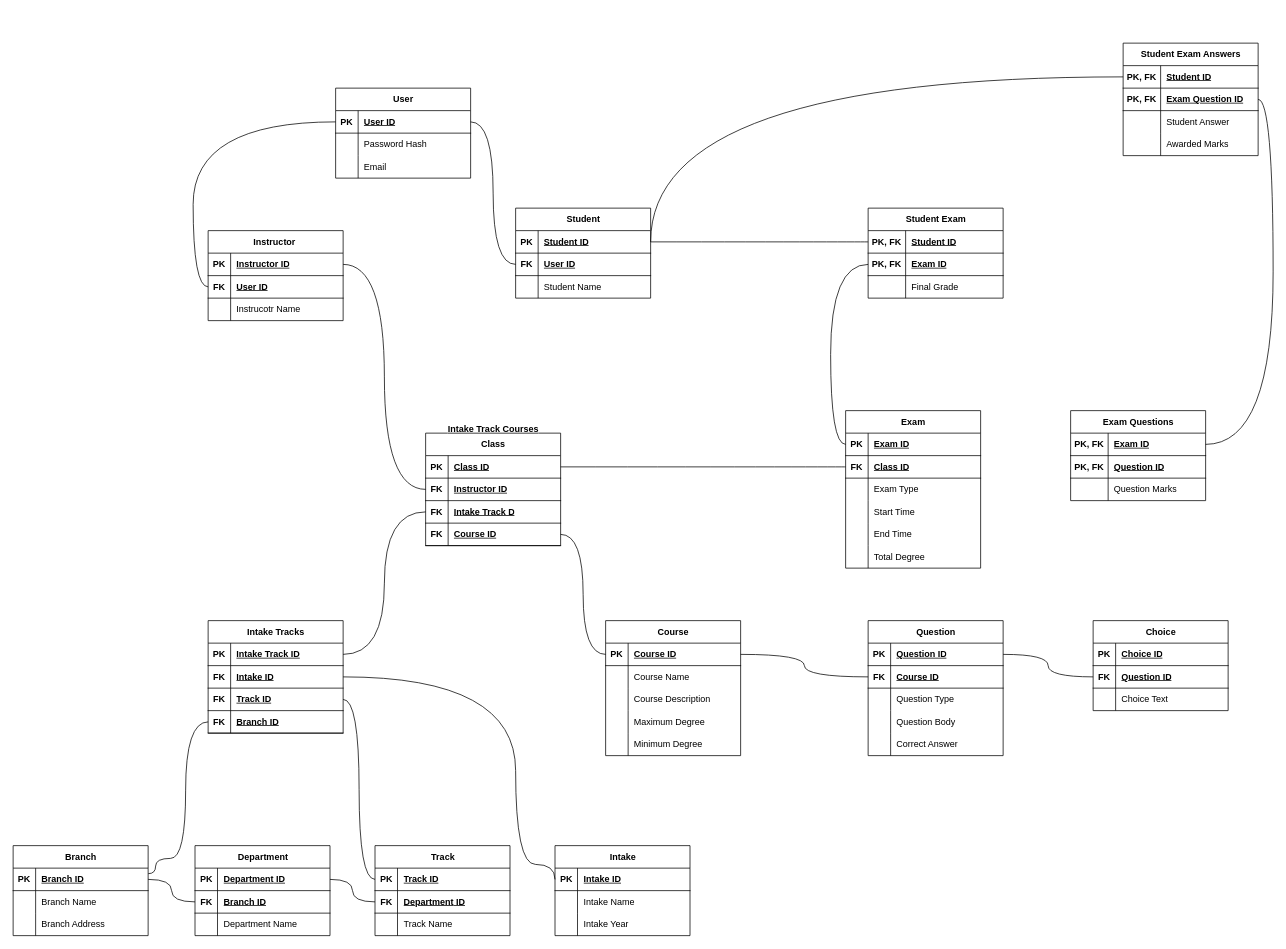
Earlier version of the draw.io diagram Mappings/Mapping.drawio (call911kid/ITI-LMS). Source tidied: cells renumbered, new cells numbered last; positions are measured from the earlier drawing's top-left corner, leaving out a move shared by most shapes. Both pictures are drawn from the tidied source at 75%, with x=0, y=0 at pixel (13, 43).
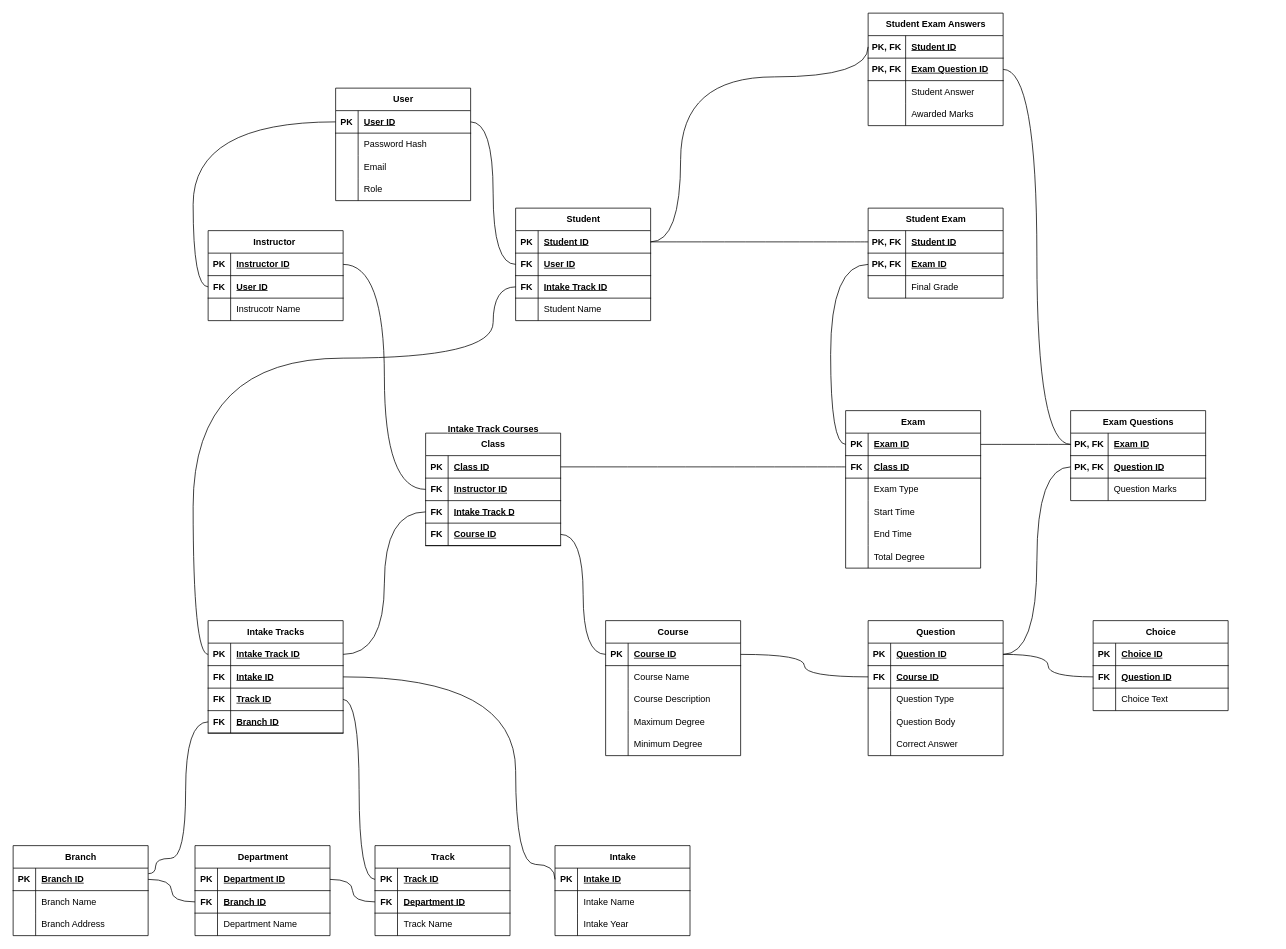
After the change.

Commit message:
drafting first mapping

The change refers to these unchanged cells:
```xml
<mxCell id="45" style="shape=tableRow;horizontal=0;startSize=0;swimlaneHead=0;swimlaneBody=0;fillColor=none;points=[[0,0.5],[1,0.5]];portConstraint=eastwest;top=0;left=0;right=0;bottom=1;fontFamily=Helvetica;fontSize=12;fontColor=default;labelBackgroundColor=default;" parent="44" vertex="1">
  <mxGeometry y="30" width="180" height="30" as="geometry" />
</mxCell>
<mxCell id="112" style="shape=tableRow;horizontal=0;startSize=0;swimlaneHead=0;swimlaneBody=0;fillColor=none;points=[[0,0.5],[1,0.5]];portConstraint=eastwest;top=0;left=0;right=0;bottom=1;fontFamily=Helvetica;fontSize=12;fontColor=default;labelBackgroundColor=default;" parent="111" vertex="1">
  <mxGeometry y="30" width="180" height="30" as="geometry" />
</mxCell>
<mxCell id="125" style="shape=tableRow;horizontal=0;startSize=0;swimlaneHead=0;swimlaneBody=0;fillColor=none;points=[[0,0.5],[1,0.5]];portConstraint=eastwest;top=0;left=0;right=0;bottom=1;fontFamily=Helvetica;fontSize=12;fontColor=default;labelBackgroundColor=default;" parent="124" vertex="1">
  <mxGeometry y="30" width="180" height="30" as="geometry" />
</mxCell>
<mxCell id="153" style="shape=tableRow;horizontal=0;startSize=0;swimlaneHead=0;swimlaneBody=0;fillColor=none;points=[[0,0.5],[1,0.5]];portConstraint=eastwest;top=0;left=0;right=0;bottom=1;fontFamily=Helvetica;fontSize=12;fontColor=default;labelBackgroundColor=default;" parent="152" vertex="1">
  <mxGeometry y="30" width="180" height="30" as="geometry" />
</mxCell>
<mxCell id="173" style="shape=tableRow;horizontal=0;startSize=0;swimlaneHead=0;swimlaneBody=0;fillColor=none;points=[[0,0.5],[1,0.5]];portConstraint=eastwest;top=0;left=0;right=0;bottom=1;fontFamily=Helvetica;fontSize=12;fontColor=default;labelBackgroundColor=default;" parent="172" vertex="1">
  <mxGeometry y="30" width="180" height="30" as="geometry" />
</mxCell>
<mxCell id="176" style="shape=tableRow;horizontal=0;startSize=0;swimlaneHead=0;swimlaneBody=0;fillColor=none;points=[[0,0.5],[1,0.5]];portConstraint=eastwest;top=0;left=0;right=0;bottom=1;fontFamily=Helvetica;fontSize=12;fontColor=default;labelBackgroundColor=default;" parent="172" vertex="1">
  <mxGeometry y="60" width="180" height="30" as="geometry" />
</mxCell>
<mxCell id="196" style="shape=tableRow;horizontal=0;startSize=0;swimlaneHead=0;swimlaneBody=0;fillColor=none;points=[[0,0.5],[1,0.5]];portConstraint=eastwest;top=0;left=0;right=0;bottom=1;fontFamily=Helvetica;fontSize=12;fontColor=default;labelBackgroundColor=default;" parent="195" vertex="1">
  <mxGeometry y="30" width="180" height="30" as="geometry" />
</mxCell>
<mxCell id="199" style="shape=tableRow;horizontal=0;startSize=0;swimlaneHead=0;swimlaneBody=0;fillColor=none;points=[[0,0.5],[1,0.5]];portConstraint=eastwest;top=0;left=0;right=0;bottom=1;fontFamily=Helvetica;fontSize=12;fontColor=default;labelBackgroundColor=default;" parent="195" vertex="1">
  <mxGeometry y="60" width="180" height="30" as="geometry" />
</mxCell>
```

What changed in the source:
```diff
@@
     <mxCell id="91" value="User" style="shape=table;startSize=30;childLayout=tableLayout;rowLines=0;fontStyle=1;align=center;html=1;fontFamily=Helvetica;fontSize=12;fontColor=default;labelBackgroundColor=default;" parent="1" vertex="1">
-      <mxGeometry x="430" y="60" width="180" height="120" as="geometry" />
+      <mxGeometry x="430" y="60" width="180" height="150" as="geometry" />
     </mxCell>
@@
+    <mxCell id="210" style="shape=tableRow;horizontal=0;startSize=0;swimlaneHead=0;swimlaneBody=0;fillColor=none;top=0;left=0;right=0;bottom=0;fontFamily=Helvetica;fontSize=12;fontColor=default;labelBackgroundColor=default;" parent="91" vertex="1">
+      <mxGeometry y="120" width="180" height="30" as="geometry" />
+    </mxCell>
+    <mxCell id="211" style="shape=partialRectangle;fillColor=none;top=0;left=0;bottom=0;right=0;overflow=hidden;whiteSpace=wrap;html=1;fontFamily=Helvetica;fontSize=12;fontColor=default;labelBackgroundColor=default;" parent="210" vertex="1">
+      <mxGeometry width="30" height="30" as="geometry" />
+    </mxCell>
+    <mxCell id="212" value="Role" style="shape=partialRectangle;fillColor=none;top=0;left=0;bottom=0;right=0;align=left;spacingLeft=6;overflow=hidden;whiteSpace=wrap;html=1;fontFamily=Helvetica;fontSize=12;fontColor=default;labelBackgroundColor=default;" parent="210" vertex="1">
+      <mxGeometry x="30" width="150" height="30" as="geometry" />
+    </mxCell>
@@
     <mxCell id="111" value="Student" style="shape=table;startSize=30;childLayout=tableLayout;rowLines=0;fontStyle=1;align=center;html=1;fontFamily=Helvetica;fontSize=12;fontColor=default;labelBackgroundColor=default;" parent="1" vertex="1">
-      <mxGeometry x="670" y="220" width="180" height="120" as="geometry" />
+      <mxGeometry x="670" y="220" width="180" height="150" as="geometry" />
     </mxCell>
@@
+    <mxCell id="213" style="shape=tableRow;horizontal=0;startSize=0;swimlaneHead=0;swimlaneBody=0;fillColor=none;points=[[0,0.5],[1,0.5]];portConstraint=eastwest;top=0;left=0;right=0;bottom=1;fontFamily=Helvetica;fontSize=12;fontColor=default;labelBackgroundColor=default;" parent="111" vertex="1">
+      <mxGeometry y="90" width="180" height="30" as="geometry" />
+    </mxCell>
+    <mxCell id="214" value="FK" style="shape=partialRectangle;fillColor=none;top=0;left=0;bottom=0;right=0;fontStyle=1;overflow=hidden;whiteSpace=wrap;html=1;fontFamily=Helvetica;fontSize=12;fontColor=default;labelBackgroundColor=default;" parent="213" vertex="1">
+      <mxGeometry width="30" height="30" as="geometry" />
+    </mxCell>
+    <mxCell id="215" value="Intake Track ID" style="shape=partialRectangle;fillColor=none;top=0;left=0;bottom=0;right=0;align=left;spacingLeft=6;fontStyle=5;overflow=hidden;whiteSpace=wrap;html=1;fontFamily=Helvetica;fontSize=12;fontColor=default;labelBackgroundColor=default;" parent="213" vertex="1">
+      <mxGeometry x="30" width="150" height="30" as="geometry" />
+    </mxCell>
     <mxCell id="118" style="shape=tableRow;horizontal=0;startSize=0;swimlaneHead=0;swimlaneBody=0;fillColor=none;top=0;left=0;right=0;bottom=0;fontFamily=Helvetica;fontSize=12;fontColor=default;labelBackgroundColor=default;" parent="111" vertex="1">
-      <mxGeometry y="90" width="180" height="30" as="geometry" />
+      <mxGeometry y="120" width="180" height="30" as="geometry" />
     </mxCell>
@@
     <mxCell id="195" value="Student Exam Answers" style="shape=table;startSize=30;childLayout=tableLayout;rowLines=0;fontStyle=1;align=center;html=1;fontFamily=Helvetica;fontSize=12;fontColor=default;labelBackgroundColor=default;" parent="1" vertex="1">
-      <mxGeometry x="1480" width="180" height="150" as="geometry" />
+      <mxGeometry x="1140" y="-40" width="180" height="150" as="geometry" />
     </mxCell>
@@
-    <mxCell id="208" style="edgeStyle=orthogonalEdgeStyle;shape=connector;curved=1;rounded=0;jettySize=auto;html=1;entryX=1;entryY=0.5;entryDx=0;entryDy=0;strokeColor=default;align=center;verticalAlign=middle;fontFamily=Helvetica;fontSize=12;fontColor=default;labelBackgroundColor=default;endArrow=none;endFill=0;exitX=1;exitY=0.5;exitDx=0;exitDy=0;" parent="1" edge="1" source="199" target="173">
+    <mxCell id="208" style="edgeStyle=orthogonalEdgeStyle;shape=connector;curved=1;rounded=0;jettySize=auto;html=1;entryX=0;entryY=0.5;entryDx=0;entryDy=0;strokeColor=default;align=center;verticalAlign=middle;fontFamily=Helvetica;fontSize=12;fontColor=default;labelBackgroundColor=default;endArrow=none;endFill=0;exitX=1;exitY=0.5;exitDx=0;exitDy=0;" parent="1" edge="1" source="199" target="173">
       <mxGeometry relative="1" as="geometry" />
     </mxCell>
-    <mxCell id="209" style="edgeStyle=orthogonalEdgeStyle;shape=connector;curved=1;rounded=0;jettySize=auto;html=1;entryX=1;entryY=0.5;entryDx=0;entryDy=0;strokeColor=default;align=center;verticalAlign=middle;fontFamily=Helvetica;fontSize=12;fontColor=default;labelBackgroundColor=default;endArrow=none;endFill=0;" parent="1" edge="1" source="196" target="112">
+    <mxCell id="209" style="edgeStyle=orthogonalEdgeStyle;shape=connector;curved=1;rounded=0;jettySize=auto;html=1;strokeColor=default;align=center;verticalAlign=middle;fontFamily=Helvetica;fontSize=12;fontColor=default;labelBackgroundColor=default;endArrow=none;endFill=0;exitX=0;exitY=0.5;exitDx=0;exitDy=0;" parent="1" edge="1" source="196">
       <mxGeometry relative="1" as="geometry">
+        <mxPoint x="850" y="265" as="targetPoint" />
         <Array as="points">
-          <mxPoint x="850" y="45" />
+          <mxPoint x="1140" y="45" />
+          <mxPoint x="890" y="45" />
+          <mxPoint x="890" y="265" />
         </Array>
       </mxGeometry>
     </mxCell>
+    <mxCell id="216" style="edgeStyle=orthogonalEdgeStyle;shape=connector;curved=1;rounded=0;jettySize=auto;html=1;strokeColor=default;align=center;verticalAlign=middle;fontFamily=Helvetica;fontSize=12;fontColor=default;labelBackgroundColor=default;endArrow=none;endFill=0;" parent="1" edge="1" source="176" target="125">
+      <mxGeometry relative="1" as="geometry" />
+    </mxCell>
+    <mxCell id="217" style="edgeStyle=orthogonalEdgeStyle;shape=connector;curved=1;rounded=0;jettySize=auto;html=1;entryX=1;entryY=0.5;entryDx=0;entryDy=0;strokeColor=default;align=center;verticalAlign=middle;fontFamily=Helvetica;fontSize=12;fontColor=default;labelBackgroundColor=default;endArrow=none;endFill=0;" parent="1" edge="1" source="173" target="153">
+      <mxGeometry relative="1" as="geometry" />
+    </mxCell>
+    <mxCell id="218" style="edgeStyle=orthogonalEdgeStyle;shape=connector;curved=1;rounded=0;jettySize=auto;html=1;entryX=0;entryY=0.5;entryDx=0;entryDy=0;strokeColor=default;align=center;verticalAlign=middle;fontFamily=Helvetica;fontSize=12;fontColor=default;labelBackgroundColor=default;endArrow=none;endFill=0;exitX=0;exitY=0.5;exitDx=0;exitDy=0;" parent="1" edge="1" source="213" target="45">
+      <mxGeometry relative="1" as="geometry">
+        <Array as="points">
+          <mxPoint x="640" y="325" />
+          <mxPoint x="640" y="420" />
+          <mxPoint x="240" y="420" />
+          <mxPoint x="240" y="815" />
+        </Array>
+      </mxGeometry>
+    </mxCell>
```
